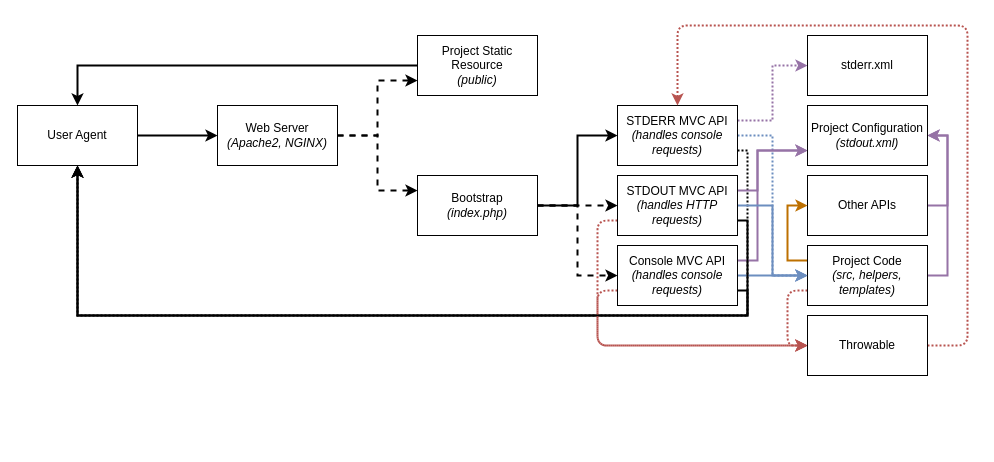
Above: Untitled Diagram.drawio in aherne/lucinda-framework (draw.io), before the change. Source tidied: cells renumbered, new cells numbered last; positions are measured from the earlier drawing's top-left corner, leaving out a move shared by most shapes. Both pictures are drawn from the tidied source at 100%, with x=0, y=0 at pixel (17, 25).
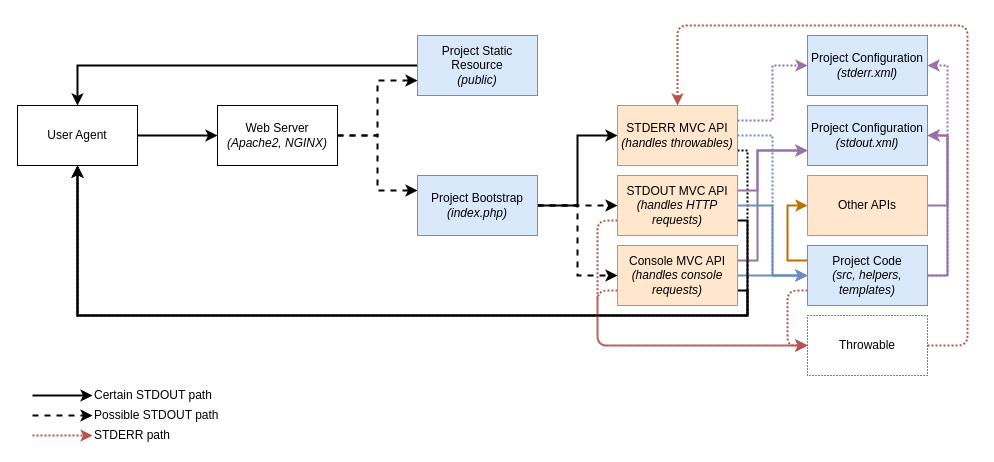
Above is the later version.

Diff of the diagram source:
```diff
@@
-    <mxCell id="10" value="Bootstrap&lt;br&gt;&lt;i&gt;(index.php)&lt;/i&gt;" style="rounded=0;whiteSpace=wrap;html=1;" parent="1" vertex="1">
+    <mxCell id="10" value="Project Bootstrap&lt;br&gt;&lt;i&gt;(index.php)&lt;/i&gt;" style="rounded=0;whiteSpace=wrap;html=1;fillColor=#dae8fc;strokeColor=#6c8ebf;" parent="1" vertex="1">
       <mxGeometry x="400" y="150" width="120" height="60" as="geometry" />
     </mxCell>
@@
-    <mxCell id="12" value="Project Static Resource&lt;br&gt;&lt;i&gt;(public)&lt;/i&gt;" style="rounded=0;whiteSpace=wrap;html=1;" parent="1" vertex="1">
+    <mxCell id="12" value="Project Static Resource&lt;br&gt;&lt;i&gt;(public)&lt;/i&gt;" style="rounded=0;whiteSpace=wrap;html=1;fillColor=#dae8fc;strokeColor=#6c8ebf;" parent="1" vertex="1">
       <mxGeometry x="400" y="10" width="120" height="60" as="geometry" />
     </mxCell>
@@
-    <mxCell id="16" value="STDERR MVC API&lt;br&gt;&lt;i&gt;(handles console requests)&lt;/i&gt;" style="rounded=0;whiteSpace=wrap;html=1;" parent="1" vertex="1">
+    <mxCell id="16" value="STDERR MVC API&lt;br&gt;&lt;i&gt;(handles throwables)&lt;/i&gt;" style="rounded=0;whiteSpace=wrap;html=1;fillColor=#ffe6cc;strokeColor=#d79b00;" parent="1" vertex="1">
       <mxGeometry x="600" y="80" width="120" height="60" as="geometry" />
     </mxCell>
@@
-    <mxCell id="22" value="Console MVC API&lt;br&gt;&lt;i&gt;(handles console requests)&lt;/i&gt;" style="rounded=0;whiteSpace=wrap;html=1;" parent="1" vertex="1">
+    <mxCell id="22" value="Console MVC API&lt;br&gt;&lt;i&gt;(handles console requests)&lt;/i&gt;" style="rounded=0;whiteSpace=wrap;html=1;fillColor=#ffe6cc;strokeColor=#d79b00;" parent="1" vertex="1">
       <mxGeometry x="600" y="220" width="120" height="60" as="geometry" />
     </mxCell>
@@
-    <mxCell id="24" value="Other APIs" style="rounded=0;whiteSpace=wrap;html=1;" parent="1" vertex="1">
+    <mxCell id="24" value="Other APIs" style="rounded=0;whiteSpace=wrap;html=1;fillColor=#ffe6cc;strokeColor=#d79b00;" parent="1" vertex="1">
       <mxGeometry x="790" y="150" width="120" height="60" as="geometry" />
     </mxCell>
-    <mxCell id="25" value="stderr.xml" style="rounded=0;whiteSpace=wrap;html=1;" parent="1" vertex="1">
+    <mxCell id="25" value="Project Configuration&lt;br&gt;&lt;i&gt;(stderr.xml)&lt;/i&gt;" style="rounded=0;whiteSpace=wrap;html=1;fillColor=#dae8fc;strokeColor=#6c8ebf;" parent="1" vertex="1">
       <mxGeometry x="790" y="10" width="120" height="60" as="geometry" />
     </mxCell>
@@
+    <mxCell id="38" style="edgeStyle=orthogonalEdgeStyle;rounded=0;jettySize=auto;html=1;exitX=1;exitY=0.5;exitDx=0;exitDy=0;entryX=1;entryY=0.5;entryDx=0;entryDy=0;strokeWidth=2;strokeColor=#9673A6;dashed=1;dashPattern=1 1;" parent="1" edge="1" source="29" target="25">
+      <mxGeometry relative="1" as="geometry" />
+    </mxCell>
-    <mxCell id="29" value="Project Code&lt;br&gt;&lt;i&gt;(src, helpers, templates)&lt;/i&gt;" style="rounded=0;whiteSpace=wrap;html=1;" parent="1" vertex="1">
+    <mxCell id="29" value="Project Code&lt;br&gt;&lt;i&gt;(src, helpers, templates)&lt;/i&gt;" style="rounded=0;whiteSpace=wrap;html=1;fillColor=#dae8fc;strokeColor=#6c8ebf;" parent="1" vertex="1">
       <mxGeometry x="790" y="220" width="120" height="60" as="geometry" />
     </mxCell>
@@
-    <mxCell id="34" value="STDOUT MVC API&lt;br&gt;&lt;i&gt;(handles HTTP requests&lt;/i&gt;&lt;i&gt;)&lt;/i&gt;" style="rounded=0;whiteSpace=wrap;html=1;" parent="1" vertex="1">
+    <mxCell id="34" value="STDOUT MVC API&lt;br&gt;&lt;i&gt;(handles HTTP requests&lt;/i&gt;&lt;i&gt;)&lt;/i&gt;" style="rounded=0;whiteSpace=wrap;html=1;fillColor=#ffe6cc;strokeColor=#d79b00;" parent="1" vertex="1">
       <mxGeometry x="600" y="150" width="120" height="60" as="geometry" />
     </mxCell>
-    <mxCell id="35" value="Project Configuration&lt;br&gt;&lt;i&gt;(stdout.xml)&lt;/i&gt;" style="rounded=0;whiteSpace=wrap;html=1;" parent="1" vertex="1">
+    <mxCell id="35" value="Project Configuration&lt;br&gt;&lt;i&gt;(stdout.xml)&lt;/i&gt;" style="rounded=0;whiteSpace=wrap;html=1;fillColor=#dae8fc;strokeColor=#6c8ebf;" parent="1" vertex="1">
       <mxGeometry x="790" y="80" width="120" height="60" as="geometry" />
     </mxCell>
@@
-    <mxCell id="37" value="Throwable" style="rounded=0;whiteSpace=wrap;html=1;" parent="1" vertex="1">
+    <mxCell id="37" value="Throwable" style="rounded=0;whiteSpace=wrap;html=1;dashed=1;dashPattern=1 2;" parent="1" vertex="1">
       <mxGeometry x="790" y="290" width="120" height="60" as="geometry" />
     </mxCell>
+    <mxCell id="39" style="endArrow=classic;html=1;strokeWidth=2;fillColor=#f5f5f5;" parent="1" edge="1">
+      <mxGeometry relative="1" as="geometry">
+        <mxPoint x="15" y="370" as="sourcePoint" />
+        <mxPoint x="75" y="370" as="targetPoint" />
+      </mxGeometry>
+    </mxCell>
+    <mxCell id="40" value="Certain STDOUT path" style="text;html=1;strokeColor=none;fillColor=none;align=left;verticalAlign=middle;whiteSpace=wrap;rounded=0;dashed=1;dashPattern=1 2;" parent="1" vertex="1">
+      <mxGeometry x="75" y="360" width="140" height="20" as="geometry" />
+    </mxCell>
+    <mxCell id="41" style="endArrow=classic;html=1;strokeWidth=2;fillColor=#f5f5f5;dashed=1;" parent="1" edge="1">
+      <mxGeometry relative="1" as="geometry">
+        <mxPoint x="15" y="390" as="sourcePoint" />
+        <mxPoint x="75" y="390" as="targetPoint" />
+      </mxGeometry>
+    </mxCell>
+    <mxCell id="42" value="Possible STDOUT path" style="text;html=1;strokeColor=none;fillColor=none;align=left;verticalAlign=middle;whiteSpace=wrap;rounded=0;dashed=1;dashPattern=1 2;" parent="1" vertex="1">
+      <mxGeometry x="75" y="380" width="140" height="20" as="geometry" />
+    </mxCell>
+    <mxCell id="43" style="endArrow=classic;html=1;strokeColor=#b85450;strokeWidth=2;fillColor=#f8cecc;dashed=1;dashPattern=1 1;" parent="1" edge="1">
+      <mxGeometry relative="1" as="geometry">
+        <mxPoint x="15" y="410" as="sourcePoint" />
+        <mxPoint x="75" y="410" as="targetPoint" />
+      </mxGeometry>
+    </mxCell>
+    <mxCell id="44" value="STDERR path" style="text;html=1;strokeColor=none;fillColor=none;align=left;verticalAlign=middle;whiteSpace=wrap;rounded=0;dashed=1;dashPattern=1 2;" parent="1" vertex="1">
+      <mxGeometry x="75" y="400" width="140" height="20" as="geometry" />
+    </mxCell>
```
